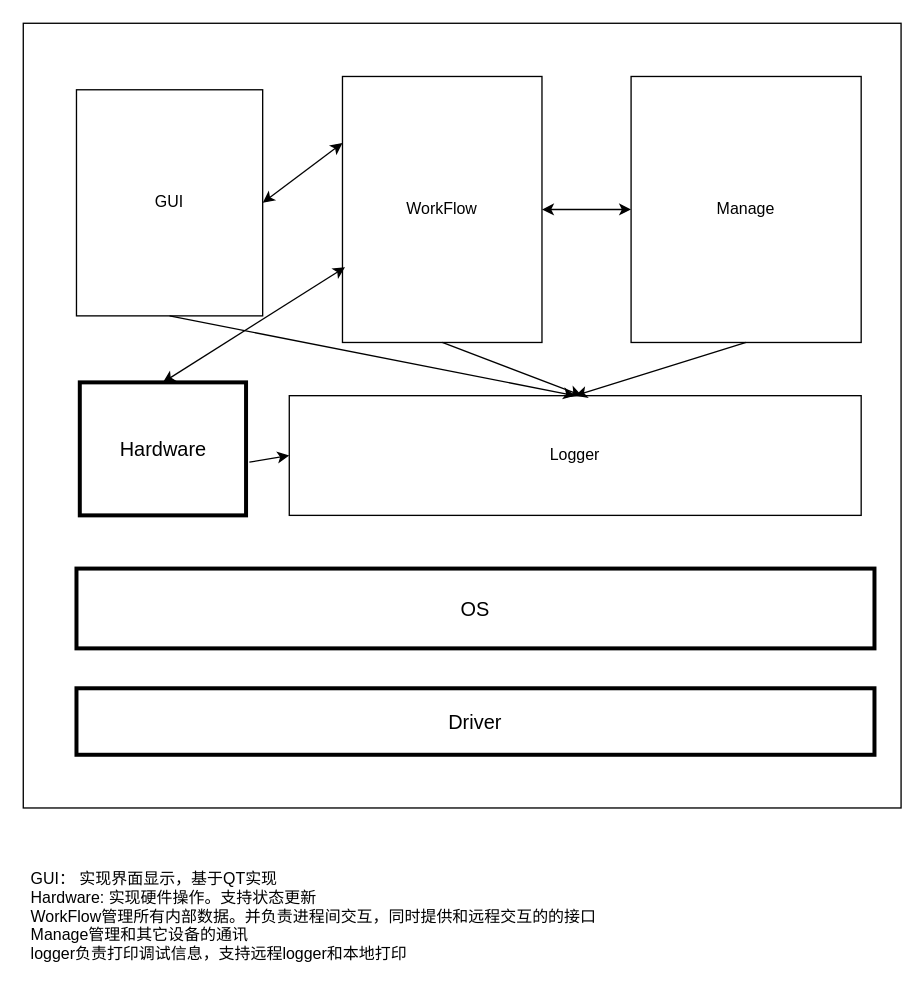
zc110747/embed_manage_system keeps this draw.io diagram as Document/embed.drawio. Above is the earlier version. Source tidied: cells renumbered, new cells numbered last; positions are measured from the earlier drawing's top-left corner, leaving out a move shared by most shapes. Both pictures are drawn from the tidied source at 133%, with x=0, y=0 at pixel (23, 23).
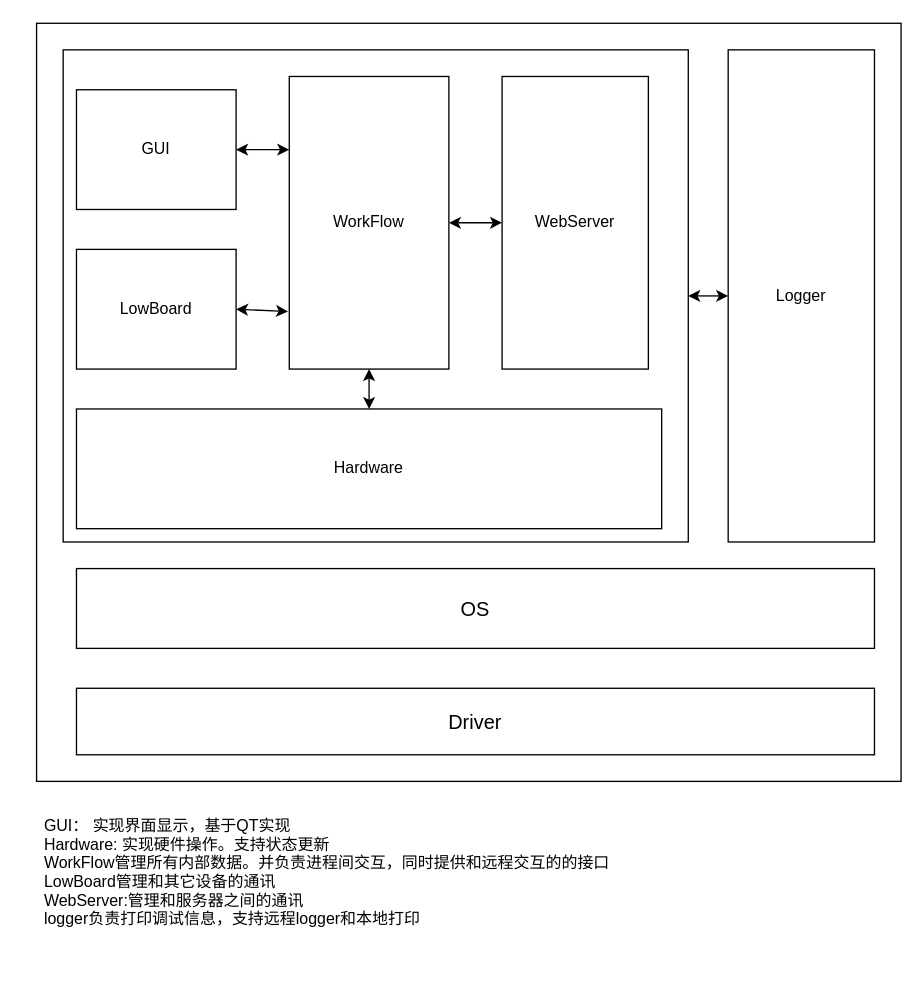
The same diagram, later.

Commit message:
update the system structure.

Change to the diagram source:
```diff
@@
     <mxCell id="2" style="rounded=0;whiteSpace=wrap;html=1;" parent="1" vertex="1">
-      <mxGeometry width="660" height="590" as="geometry" />
+      <mxGeometry x="10" width="650" height="570" as="geometry" />
     </mxCell>
+    <mxCell id="18" style="edgeStyle=none;html=1;exitX=1;exitY=0.5;exitDx=0;exitDy=0;entryX=0;entryY=0.5;entryDx=0;entryDy=0;startArrow=classic;startFill=1;" parent="1" edge="1" source="19" target="7">
+      <mxGeometry relative="1" as="geometry" />
+    </mxCell>
+    <mxCell id="19" style="rounded=0;whiteSpace=wrap;html=1;" parent="1" vertex="1">
+      <mxGeometry x="30" y="20" width="470" height="370" as="geometry" />
+    </mxCell>
-    <mxCell id="3" value="Driver" style="rounded=0;whiteSpace=wrap;html=1;strokeWidth=3;fontSize=15;" parent="1" vertex="1">
+    <mxCell id="3" value="Driver" style="rounded=0;whiteSpace=wrap;html=1;strokeWidth=1;fontSize=15;" parent="1" vertex="1">
       <mxGeometry x="40" y="500" width="600" height="50" as="geometry" />
     </mxCell>
-    <mxCell id="4" value="OS" style="rounded=0;whiteSpace=wrap;html=1;fontSize=15;strokeWidth=3;" parent="1" vertex="1">
+    <mxCell id="4" value="OS" style="rounded=0;whiteSpace=wrap;html=1;fontSize=15;strokeWidth=1;fillColor=none;" parent="1" vertex="1">
       <mxGeometry x="40" y="410" width="600" height="60" as="geometry" />
     </mxCell>
-    <mxCell id="5" value="Hardware" style="rounded=0;whiteSpace=wrap;html=1;fontSize=15;strokeWidth=3;" parent="1" vertex="1">
-      <mxGeometry x="42.5" y="270" width="125" height="100" as="geometry" />
-    </mxCell>
+    <mxCell id="10" style="edgeStyle=none;html=1;exitX=0.5;exitY=1;exitDx=0;exitDy=0;entryX=0.5;entryY=0;entryDx=0;entryDy=0;startArrow=classic;startFill=1;" parent="1" edge="1" source="6" target="5">
+      <mxGeometry relative="1" as="geometry" />
+    </mxCell>
     <mxCell id="6" value="WorkFlow" style="rounded=0;whiteSpace=wrap;html=1;" parent="1" vertex="1">
-      <mxGeometry x="240" y="40" width="150" height="200" as="geometry" />
+      <mxGeometry x="200" y="40" width="120" height="220" as="geometry" />
     </mxCell>
-    <mxCell id="7" value="Logger" style="rounded=0;whiteSpace=wrap;html=1;" parent="1" vertex="1">
-      <mxGeometry x="200" y="280" width="430" height="90" as="geometry" />
-    </mxCell>
-    <mxCell id="8" value="Manage" style="rounded=0;whiteSpace=wrap;html=1;" parent="1" vertex="1">
-      <mxGeometry x="457" y="40" width="173" height="200" as="geometry" />
+    <mxCell id="8" value="WebServer" style="rounded=0;whiteSpace=wrap;html=1;" parent="1" vertex="1">
+      <mxGeometry x="360" y="40" width="110" height="220" as="geometry" />
     </mxCell>
@@
-    <mxCell id="10" style="endArrow=classic;html=1;entryX=0.5;entryY=0;entryDx=0;entryDy=0;exitX=0.013;exitY=0.717;exitDx=0;exitDy=0;exitPerimeter=0;startArrow=classic;startFill=1;" parent="1" edge="1" source="6" target="5">
-      <mxGeometry relative="1" as="geometry" />
-    </mxCell>
@@
-    <mxCell id="12" style="endArrow=classic;html=1;exitX=0.5;exitY=1;exitDx=0;exitDy=0;" parent="1" edge="1" source="6">
-      <mxGeometry relative="1" as="geometry">
-        <mxPoint x="420" y="280" as="targetPoint" />
-      </mxGeometry>
-    </mxCell>
-    <mxCell id="13" style="endArrow=classic;html=1;entryX=0.5;entryY=0;entryDx=0;entryDy=0;exitX=0.5;exitY=1;exitDx=0;exitDy=0;" parent="1" edge="1" source="8" target="7">
-      <mxGeometry relative="1" as="geometry" />
-    </mxCell>
     <mxCell id="14" value="GUI" style="rounded=0;whiteSpace=wrap;html=1;" parent="1" vertex="1">
-      <mxGeometry x="40" y="50" width="140" height="170" as="geometry" />
+      <mxGeometry x="40" y="50" width="120" height="90" as="geometry" />
     </mxCell>
-    <mxCell id="15" style="endArrow=classic;html=1;entryX=0;entryY=0.5;entryDx=0;entryDy=0;" parent="1" edge="1" target="7">
-      <mxGeometry relative="1" as="geometry">
-        <mxPoint x="170" y="330" as="sourcePoint" />
-        <Array as="points">
-          <mxPoint x="170" y="330" />
-        </Array>
-      </mxGeometry>
-    </mxCell>
-    <mxCell id="16" style="endArrow=classic;html=1;exitX=0.5;exitY=1;exitDx=0;exitDy=0;entryX=0.5;entryY=0;entryDx=0;entryDy=0;" parent="1" edge="1" source="14" target="7">
-      <mxGeometry relative="1" as="geometry" />
-    </mxCell>
-    <mxCell id="17" value="GUI： 实现界面显示，基于QT实现&#10;Hardware: 实现硬件操作。支持状态更新&#10;WorkFlow管理所有内部数据。并负责进程间交互，同时提供和远程交互的的接口&#10;Manage管理和其它设备的通讯&#10;logger负责打印调试信息，支持远程logger和本地打印&#10;" style="text;strokeColor=none;fillColor=none;align=left;verticalAlign=top;spacingLeft=4;spacingRight=4;overflow=hidden;" parent="1" vertex="1">
-      <mxGeometry y="630" width="440" height="90" as="geometry" />
+    <mxCell id="17" value="GUI： 实现界面显示，基于QT实现&#10;Hardware: 实现硬件操作。支持状态更新&#10;WorkFlow管理所有内部数据。并负责进程间交互，同时提供和远程交互的的接口&#10;LowBoard管理和其它设备的通讯&#10;WebServer:管理和服务器之间的通讯&#10;logger负责打印调试信息，支持远程logger和本地打印&#10;&#10;" style="text;strokeColor=none;fillColor=none;align=left;verticalAlign=top;spacingLeft=4;spacingRight=4;overflow=hidden;" parent="1" vertex="1">
+      <mxGeometry x="10" y="590" width="440" height="90" as="geometry" />
     </mxCell>
+    <mxCell id="5" value="Hardware" style="rounded=0;whiteSpace=wrap;html=1;" parent="1" vertex="1">
+      <mxGeometry x="40" y="290" width="440" height="90" as="geometry" />
+    </mxCell>
+    <mxCell id="20" style="edgeStyle=none;html=1;exitX=1;exitY=0.5;exitDx=0;exitDy=0;entryX=-0.008;entryY=0.803;entryDx=0;entryDy=0;entryPerimeter=0;startArrow=classic;startFill=1;" parent="1" edge="1" source="21" target="6">
+      <mxGeometry relative="1" as="geometry" />
+    </mxCell>
+    <mxCell id="21" value="LowBoard" style="rounded=0;whiteSpace=wrap;html=1;" parent="1" vertex="1">
+      <mxGeometry x="40" y="170" width="120" height="90" as="geometry" />
+    </mxCell>
+    <mxCell id="7" value="Logger" style="rounded=0;whiteSpace=wrap;html=1;" parent="1" vertex="1">
+      <mxGeometry x="530" y="20" width="110" height="370" as="geometry" />
+    </mxCell>
```
